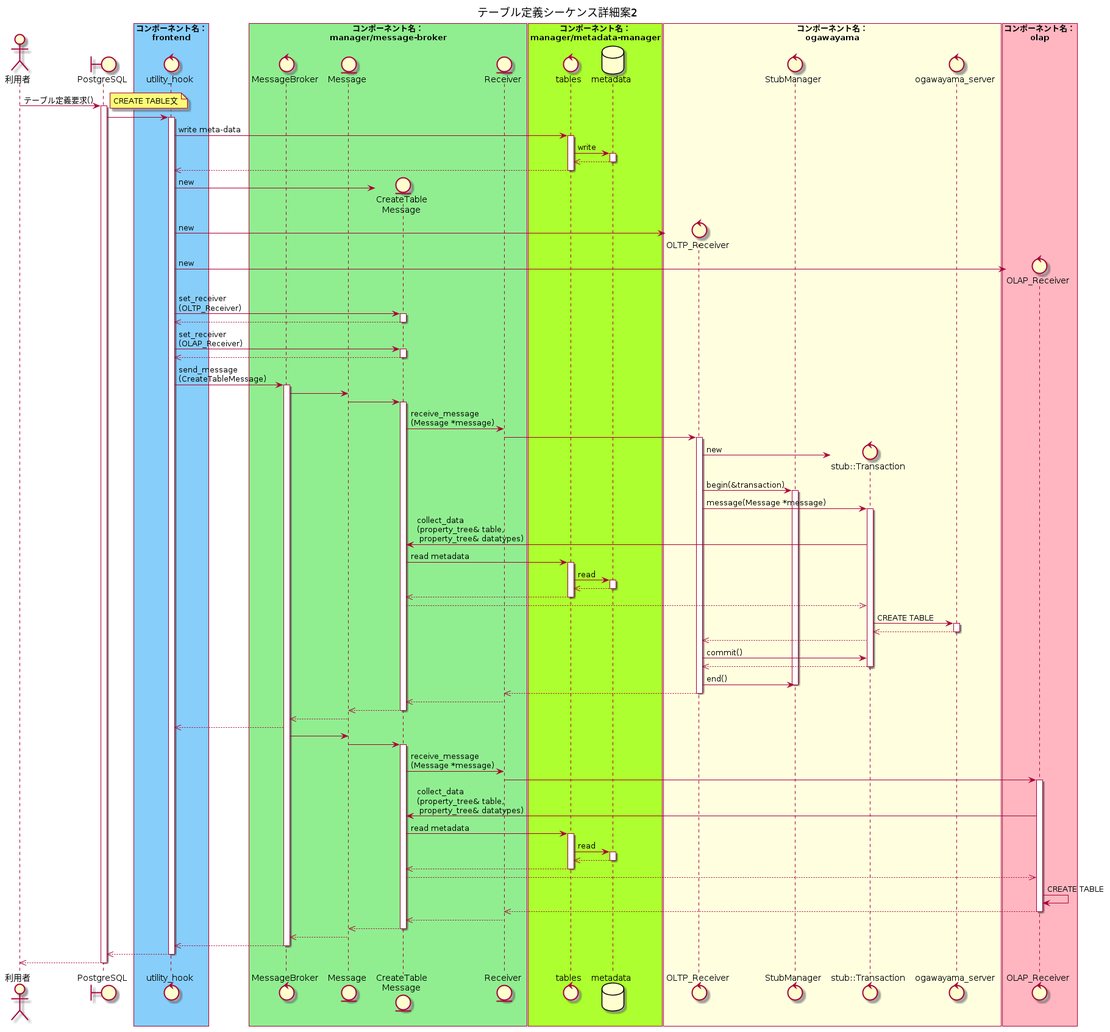
The PlantUML diagram docs/design/img/out/CREATE_TABLE_detail/テーブル定義シーケンス詳細案2.png in project-tsurugi/tsurugi_fdw, before a commit.
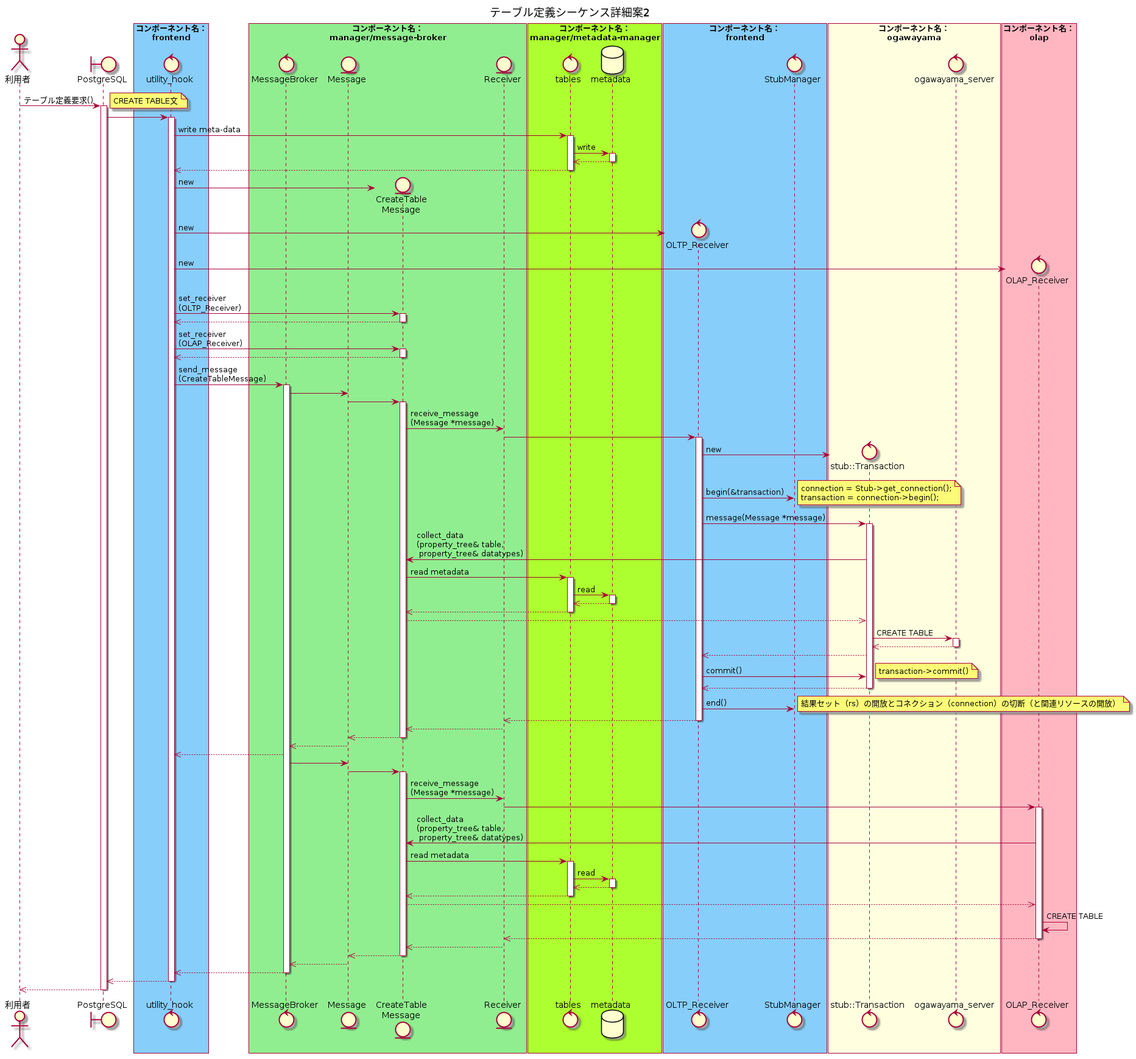
The same diagram one commit later.

Change to the diagram source:
```diff
@@ -21,9 +21,12 @@
 database metadata
 end box
 
-box "コンポーネント名：\nogawayama" #LightYellow
+box "コンポーネント名：\nfrontend" #LightSkyBlue
 control "OLTP_Receiver" as oltp_receiver
 control StubManager
+end box
+
+box "コンポーネント名：\nogawayama" #LightYellow
 control "stub::Transaction" as tran
 control ogawayama_server
 end box
@@ -79,7 +82,10 @@
   activate oltp_receiver
   oltp_receiver -> tran : new
   oltp_receiver -> StubManager : begin(&transaction)
-  activate StubManager
+  note right
+  connection = Stub->get_connection();
+  transaction = connection->begin();
+  end note
   oltp_receiver -> tran : message(Message *message)
   activate tran
     tran -> concrete_message : collect_data\n(property_tree& table,\n property_tree& datatypes)
@@ -98,10 +104,15 @@
           deactivate ogawayama_server
         oltp_receiver <<-- tran
         oltp_receiver -> tran : commit()
+        note right
+        transaction->commit()
+        end note
         oltp_receiver <<-- tran
       deactivate tran
     oltp_receiver -> StubManager : end()
-    deactivate StubManager
+    note right
+    結果セット（rs）の開放とコネクション（connection）の切断（と関連リソースの開放）
+    end note
     Receiver <<-- oltp_receiver
     deactivate oltp_receiver
     concrete_message <<-- Receiver
```
